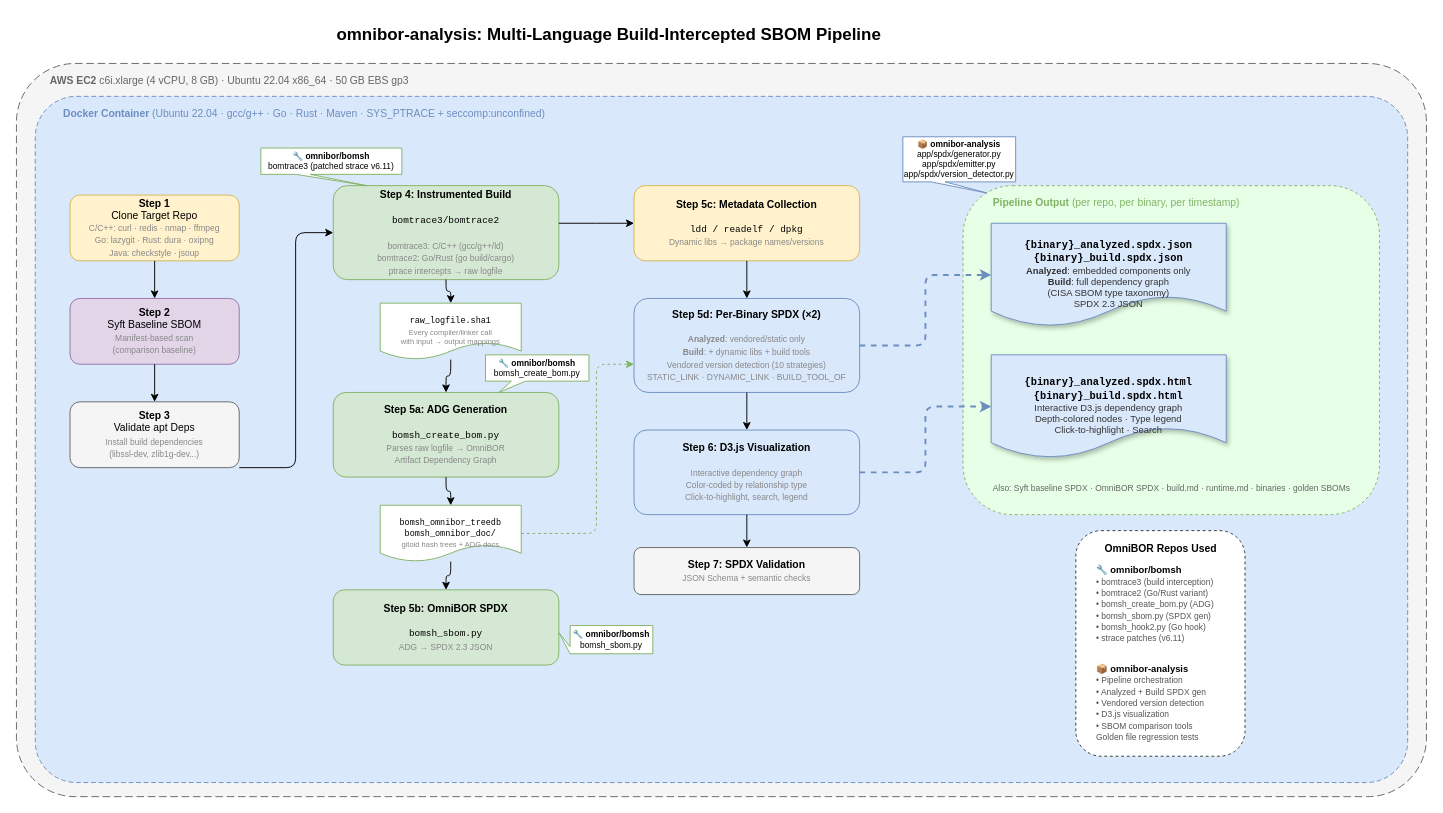
Above: docs/architecture/omnibor-analysis-workflow.drawio in tedg-dev/bisbom-gen (draw.io), before the change. Source tidied: cells renumbered, new cells numbered last; positions are measured from the earlier drawing's top-left corner, leaving out a move shared by most shapes. Both pictures are drawn from the tidied source at 94%, with x=0, y=0 at pixel (16, 16).
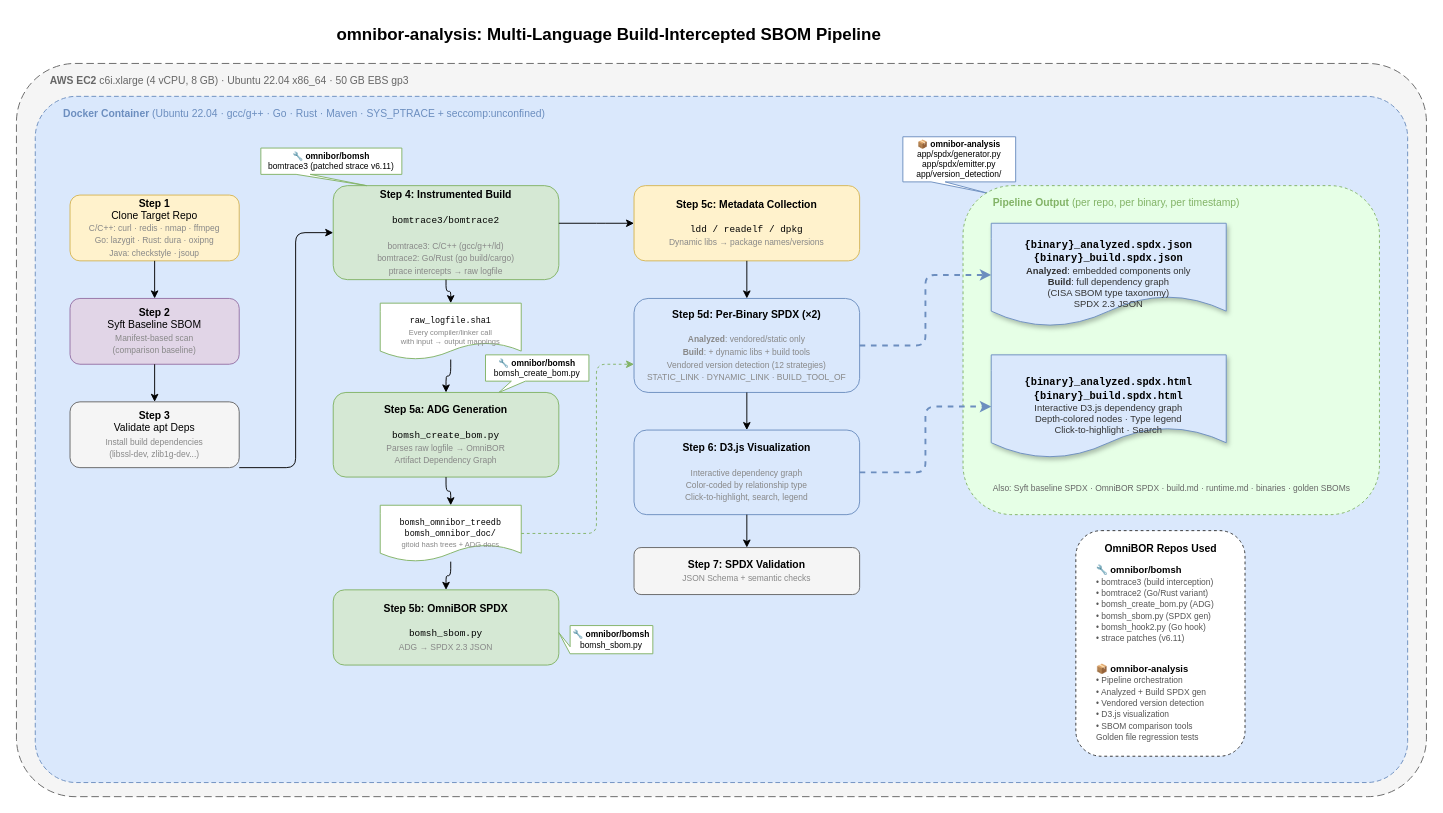
After the change.

Commit message (it also covers changes not shown here):
chore: reference drawio diagram in architecture docs, update stale counts

Diff of the diagram source:
```diff
@@
-    <mxCell id="18" value="&lt;b&gt;Step 5d: Per-Binary SPDX (×2)&lt;/b&gt;&lt;br&gt;&lt;br&gt;&lt;font style=&quot;font-size:9px;color:#888&quot;&gt;&lt;b&gt;Analyzed&lt;/b&gt;: vendored/static only&lt;br&gt;&lt;b&gt;Build&lt;/b&gt;: + dynamic libs + build tools&lt;br&gt;Vendored version detection (10 strategies)&lt;br&gt;STATIC_LINK · DYNAMIC_LINK · BUILD_TOOL_OF&lt;/font&gt;" style="rounded=1;whiteSpace=wrap;html=1;fillColor=#dae8fc;strokeColor=#6c8ebf;fontSize=11;" parent="1" vertex="1">
+    <mxCell id="18" value="&lt;b&gt;Step 5d: Per-Binary SPDX (×2)&lt;/b&gt;&lt;br&gt;&lt;br&gt;&lt;font style=&quot;font-size:9px;color:#888&quot;&gt;&lt;b&gt;Analyzed&lt;/b&gt;: vendored/static only&lt;br&gt;&lt;b&gt;Build&lt;/b&gt;: + dynamic libs + build tools&lt;br&gt;Vendored version detection (12 strategies)&lt;br&gt;STATIC_LINK · DYNAMIC_LINK · BUILD_TOOL_OF&lt;/font&gt;" style="rounded=1;whiteSpace=wrap;html=1;fillColor=#dae8fc;strokeColor=#6c8ebf;fontSize=11;" parent="1" vertex="1">
       <mxGeometry x="657" y="300" width="240" height="100" as="geometry" />
     </mxCell>
-    <mxCell id="19" value="&lt;font style=&quot;font-size:9px&quot;&gt;📦 &lt;b&gt;omnibor-analysis&lt;/b&gt;&lt;br&gt;app/spdx/generator.py&lt;br&gt;app/spdx/emitter.py&lt;br&gt;app/spdx/version_detector.py&lt;/font&gt;" style="shape=callout;whiteSpace=wrap;html=1;perimeter=calloutPerimeter;size=12;position=0.25;fillColor=#fff;strokeColor=#6c8ebf;fontSize=9;base=15;position2=0.75;" parent="1" vertex="1">
+    <mxCell id="19" value="&lt;font style=&quot;font-size:9px&quot;&gt;📦 &lt;b&gt;omnibor-analysis&lt;/b&gt;&lt;br&gt;app/spdx/generator.py&lt;br&gt;app/spdx/emitter.py&lt;br&gt;app/version_detection/&lt;/font&gt;" style="shape=callout;whiteSpace=wrap;html=1;perimeter=calloutPerimeter;size=12;position=0.25;fillColor=#fff;strokeColor=#6c8ebf;fontSize=9;base=15;position2=0.75;" parent="1" vertex="1">
       <mxGeometry x="943" y="128" width="120" height="60" as="geometry" />
     </mxCell>
```
